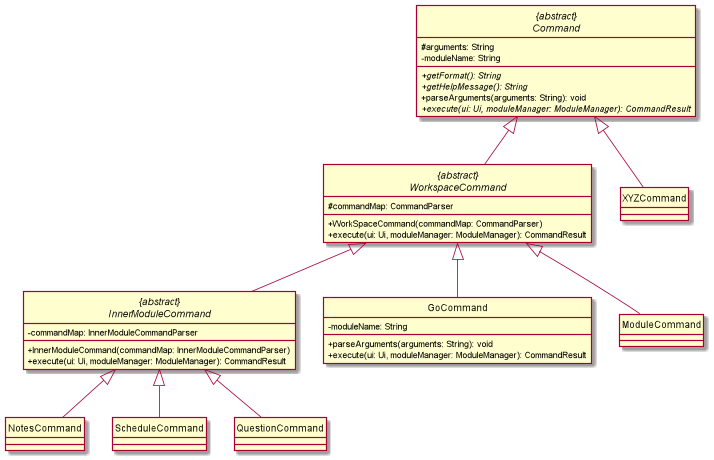
Above: docs/attachments/CommandDetailedClassDiagram.png in nus-cs2113-AY2122S1/tp (PlantUML), before the change. Its diagram source:
```plantuml
@startuml
skinparam classAttributeIconSize 0
hide circle
!includesub CommandClassDiagram.puml!COMMAND

abstract class  "{abstract}\nWorkspaceCommand" as WorkspaceCommand extends Command {
# commandMap: CommandParser
+ WorkSpaceCommand(commandMap: CommandParser)
+ execute(ui: Ui, moduleManager: ModuleManager): CommandResult
}

abstract class "{abstract}\nInnerModuleCommand" as InnerModuleCommand extends WorkspaceCommand {
- commandMap: InnerModuleCommandParser
+ InnerModuleCommand(commandMap: InnerModuleCommandParser)
+ execute(ui: Ui, moduleManager: ModuleManager): CommandResult
}

class GoCommand extends WorkspaceCommand {
- moduleName: String
+ parseArguments(arguments: String): void
+ execute(ui: Ui, moduleManager: ModuleManager): CommandResult
}
class ModuleCommand extends WorkspaceCommand

class NotesCommand extends InnerModuleCommand
class ScheduleCommand extends InnerModuleCommand
class QuestionCommand extends InnerModuleCommand
class XYZCommand extends Command

@enduml
```
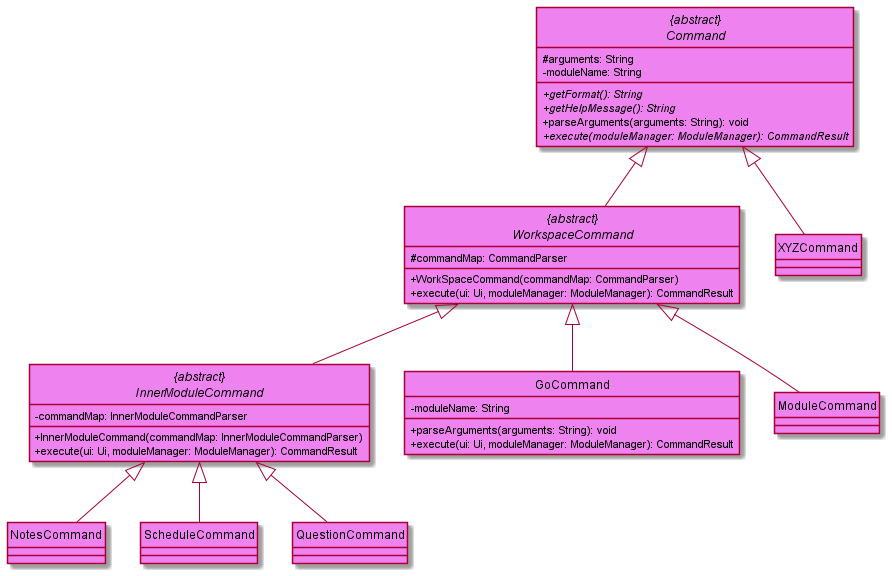
The same diagram one commit later.

The edit, as a diff of the source:
```diff
@@ -1,30 +1,29 @@
 @startuml
-skinparam classAttributeIconSize 0
-hide circle
+!include ClassStyle.puml
 !includesub CommandClassDiagram.puml!COMMAND
 
-abstract class  "{abstract}\nWorkspaceCommand" as WorkspaceCommand extends Command {
+abstract class  "{abstract}\nWorkspaceCommand" as WorkspaceCommand COMMAND_COLOR extends Command  {
 # commandMap: CommandParser
 + WorkSpaceCommand(commandMap: CommandParser)
 + execute(ui: Ui, moduleManager: ModuleManager): CommandResult
 }
 
-abstract class "{abstract}\nInnerModuleCommand" as InnerModuleCommand extends WorkspaceCommand {
+abstract class "{abstract}\nInnerModuleCommand" as InnerModuleCommand COMMAND_COLOR extends WorkspaceCommand {
 - commandMap: InnerModuleCommandParser
 + InnerModuleCommand(commandMap: InnerModuleCommandParser)
 + execute(ui: Ui, moduleManager: ModuleManager): CommandResult
 }
 
-class GoCommand extends WorkspaceCommand {
+class GoCommand COMMAND_COLOR extends WorkspaceCommand {
 - moduleName: String
 + parseArguments(arguments: String): void
 + execute(ui: Ui, moduleManager: ModuleManager): CommandResult
 }
-class ModuleCommand extends WorkspaceCommand
+class ModuleCommand COMMAND_COLOR extends WorkspaceCommand
 
-class NotesCommand extends InnerModuleCommand
-class ScheduleCommand extends InnerModuleCommand
-class QuestionCommand extends InnerModuleCommand
-class XYZCommand extends Command
+class NotesCommand COMMAND_COLOR extends InnerModuleCommand
+class ScheduleCommand COMMAND_COLOR extends InnerModuleCommand
+class QuestionCommand COMMAND_COLOR extends InnerModuleCommand
+class XYZCommand COMMAND_COLOR extends Command
 
 @enduml
```
